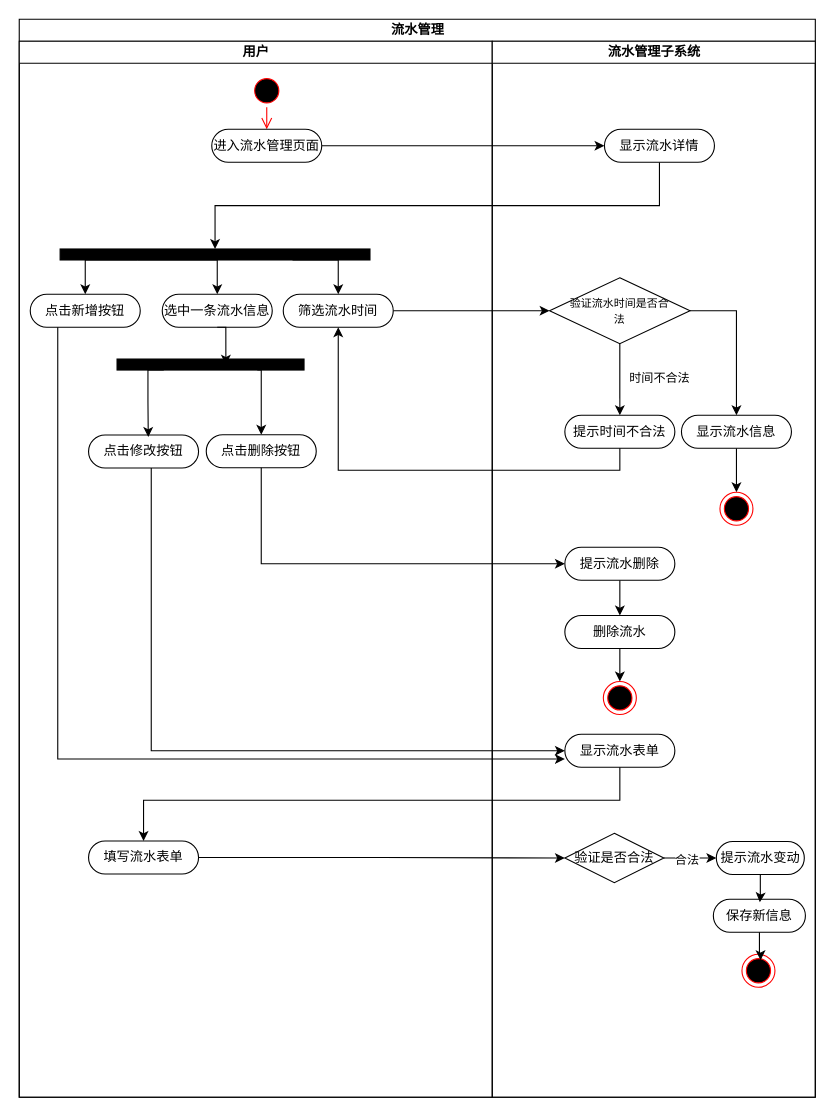
Above: 通知管理活动图.drawio in PomeloLemon/SoftwareDiagrams (draw.io), before the change. Source tidied: cells renumbered, new cells numbered last; positions are measured from the earlier drawing's top-left corner, leaving out a move shared by most shapes. Both pictures are drawn from the tidied source at 110%, with x=0, y=0 at pixel (19, 19).
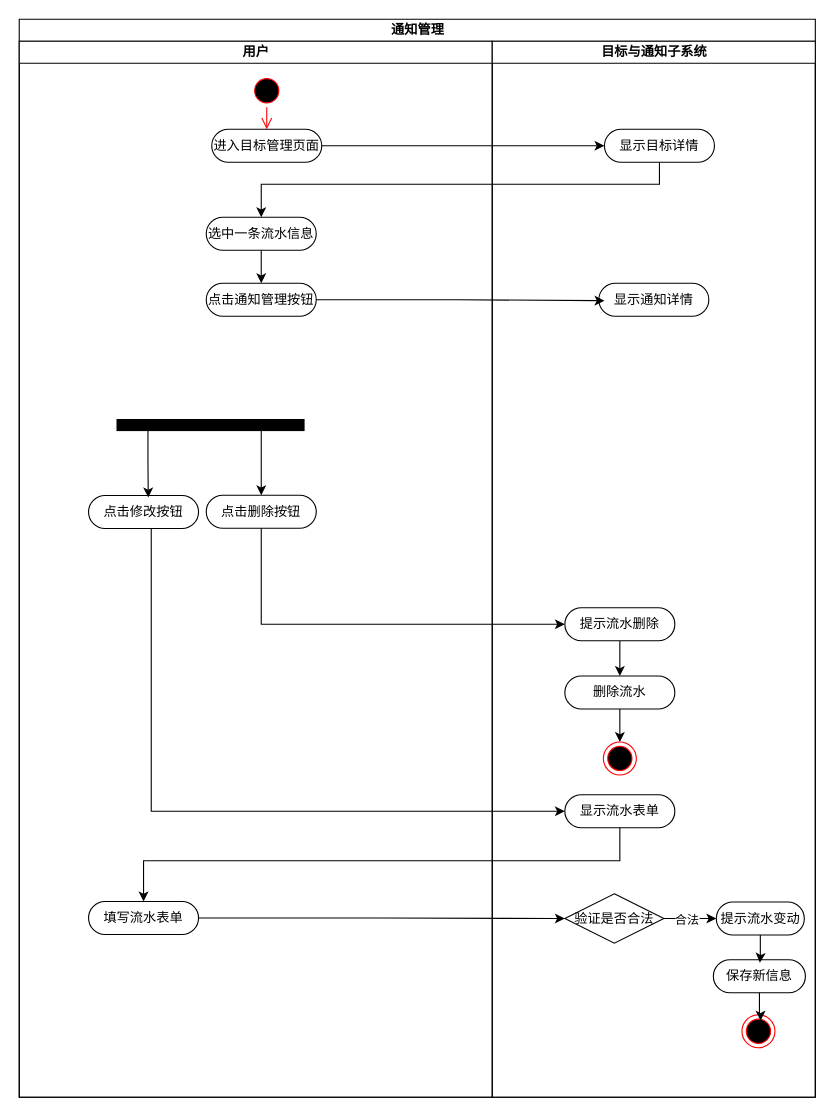
The same diagram, later.

Commit message (it also covers changes not shown here):
更新通知管理活动图.drawio

The change refers to these unchanged cells:
```xml
<mxCell id="6" value="用户" style="swimlane;startSize=20;html=1;" parent="2" vertex="1">
  <mxGeometry y="20" width="430" height="960" as="geometry" />
</mxCell>
```

What changed in the source:
```diff
@@
-    <mxCell id="2" value="流水管理" style="swimlane;startSize=20;html=1;" parent="1" vertex="1">
+    <mxCell id="2" value="通知管理" style="swimlane;startSize=20;html=1;" parent="1" vertex="1">
       <mxGeometry width="723.7" height="980" as="geometry" />
     </mxCell>
@@
-    <mxCell id="4" style="edgeStyle=orthogonalEdgeStyle;rounded=0;jettySize=auto;html=1;exitX=0.5;exitY=1;exitDx=0;exitDy=0;entryX=0.5;entryY=1;entryDx=0;entryDy=0;" parent="2" edge="1" source="25" target="13">
-      <mxGeometry relative="1" as="geometry" />
-    </mxCell>
-    <mxCell id="5" style="edgeStyle=orthogonalEdgeStyle;rounded=0;jettySize=auto;html=1;entryX=0;entryY=0.5;entryDx=0;entryDy=0;" parent="2" edge="1" source="14" target="28">
-      <mxGeometry relative="1" as="geometry" />
-    </mxCell>
@@
-    <mxCell id="9" value="进入流水管理页面" style="rounded=1;whiteSpace=wrap;html=1;shadow=0;comic=0;labelBackgroundColor=none;strokeWidth=1;fontFamily=Verdana;fontSize=12;align=center;arcSize=50;" parent="6" vertex="1">
+    <mxCell id="9" value="进入目标管理页面" style="rounded=1;whiteSpace=wrap;html=1;shadow=0;comic=0;labelBackgroundColor=none;strokeWidth=1;fontFamily=Verdana;fontSize=12;align=center;arcSize=50;" parent="6" vertex="1">
       <mxGeometry x="175" y="80" width="100" height="30" as="geometry" />
     </mxCell>
-    <mxCell id="10" style="edgeStyle=orthogonalEdgeStyle;rounded=0;jettySize=auto;html=1;exitX=0.25;exitY=0;exitDx=0;exitDy=0;entryX=0.5;entryY=0;entryDx=0;entryDy=0;" parent="6" edge="1" source="13" target="14">
-      <mxGeometry relative="1" as="geometry">
-        <Array as="points">
-          <mxPoint x="290" y="199" />
-        </Array>
-      </mxGeometry>
-    </mxCell>
-    <mxCell id="11" style="edgeStyle=orthogonalEdgeStyle;rounded=0;jettySize=auto;html=1;exitX=0.75;exitY=0;exitDx=0;exitDy=0;entryX=0.5;entryY=0;entryDx=0;entryDy=0;" parent="6" edge="1" source="13" target="15">
-      <mxGeometry relative="1" as="geometry">
-        <Array as="points">
-          <mxPoint x="180" y="199" />
-        </Array>
-      </mxGeometry>
-    </mxCell>
-    <mxCell id="12" style="edgeStyle=orthogonalEdgeStyle;rounded=0;jettySize=auto;html=1;exitX=0.75;exitY=0;exitDx=0;exitDy=0;entryX=0.5;entryY=0;entryDx=0;entryDy=0;" parent="6" edge="1" source="13" target="22">
-      <mxGeometry relative="1" as="geometry">
-        <Array as="points">
-          <mxPoint x="60" y="199" />
-        </Array>
-      </mxGeometry>
-    </mxCell>
-    <mxCell id="13" style="whiteSpace=wrap;html=1;rounded=0;shadow=0;comic=0;labelBackgroundColor=none;strokeWidth=1;fillColor=#000000;fontFamily=Verdana;fontSize=12;align=center;rotation=90;direction=south;" parent="6" vertex="1">
-      <mxGeometry x="173" y="53" width="10" height="281.7" as="geometry" />
-    </mxCell>
-    <mxCell id="14" value="筛选流水时间" style="rounded=1;whiteSpace=wrap;html=1;shadow=0;comic=0;labelBackgroundColor=none;strokeWidth=1;fontFamily=Verdana;fontSize=12;align=center;arcSize=50;" parent="6" vertex="1">
-      <mxGeometry x="240" y="230" width="100" height="30" as="geometry" />
-    </mxCell>
+    <mxCell id="54" style="edgeStyle=orthogonalEdgeStyle;rounded=0;jettySize=auto;html=1;exitX=0.5;exitY=1;exitDx=0;exitDy=0;entryX=0.5;entryY=0;entryDx=0;entryDy=0;" parent="6" edge="1" source="15" target="22">
+      <mxGeometry relative="1" as="geometry" />
+    </mxCell>
     <mxCell id="15" value="选中一条流水信息" style="rounded=1;whiteSpace=wrap;html=1;shadow=0;comic=0;labelBackgroundColor=none;strokeWidth=1;fontFamily=Verdana;fontSize=12;align=center;arcSize=50;" parent="6" vertex="1">
-      <mxGeometry x="130" y="230" width="100" height="30" as="geometry" />
+      <mxGeometry x="170" y="160" width="100" height="30" as="geometry" />
     </mxCell>
     <mxCell id="16" style="edgeStyle=orthogonalEdgeStyle;rounded=0;jettySize=auto;html=1;exitX=0.25;exitY=0;exitDx=0;exitDy=0;entryX=0.5;entryY=0;entryDx=0;entryDy=0;" parent="6" edge="1" source="17" target="19">
       <mxGeometry relative="1" as="geometry">
         <Array as="points">
-          <mxPoint x="220" y="299" />
+          <mxPoint x="220" y="354" />
         </Array>
       </mxGeometry>
     </mxCell>
     <mxCell id="17" style="whiteSpace=wrap;html=1;rounded=0;shadow=0;comic=0;labelBackgroundColor=none;strokeWidth=1;fillColor=#000000;fontFamily=Verdana;fontSize=12;align=center;rotation=90;direction=south;" parent="6" vertex="1">
-      <mxGeometry x="168.9" y="208.9" width="10" height="170" as="geometry" />
+      <mxGeometry x="168.9" y="263.9" width="10" height="170" as="geometry" />
     </mxCell>
-    <mxCell id="18" style="edgeStyle=orthogonalEdgeStyle;rounded=0;jettySize=auto;html=1;exitX=0.5;exitY=1;exitDx=0;exitDy=0;entryX=0.418;entryY=0.481;entryDx=0;entryDy=0;entryPerimeter=0;" parent="6" edge="1" source="15" target="17">
-      <mxGeometry relative="1" as="geometry" />
-    </mxCell>
     <mxCell id="19" value="点击删除按钮" style="rounded=1;whiteSpace=wrap;html=1;shadow=0;comic=0;labelBackgroundColor=none;strokeWidth=1;fontFamily=Verdana;fontSize=12;align=center;arcSize=50;" parent="6" vertex="1">
-      <mxGeometry x="170" y="357.7" width="100" height="30" as="geometry" />
+      <mxGeometry x="170" y="412.7" width="100" height="30" as="geometry" />
     </mxCell>
     <mxCell id="20" value="点击修改按钮" style="rounded=1;whiteSpace=wrap;html=1;shadow=0;comic=0;labelBackgroundColor=none;strokeWidth=1;fontFamily=Verdana;fontSize=12;align=center;arcSize=50;" parent="6" vertex="1">
-      <mxGeometry x="63" y="358" width="100" height="30" as="geometry" />
+      <mxGeometry x="63" y="413" width="100" height="30" as="geometry" />
     </mxCell>
     <mxCell id="21" value="填写流水表单" style="rounded=1;whiteSpace=wrap;html=1;shadow=0;comic=0;labelBackgroundColor=none;strokeWidth=1;fontFamily=Verdana;fontSize=12;align=center;arcSize=50;" parent="6" vertex="1">
-      <mxGeometry x="63" y="727" width="100" height="30" as="geometry" />
+      <mxGeometry x="63" y="782" width="100" height="30" as="geometry" />
     </mxCell>
-    <mxCell id="22" value="点击新增按钮" style="rounded=1;whiteSpace=wrap;html=1;shadow=0;comic=0;labelBackgroundColor=none;strokeWidth=1;fontFamily=Verdana;fontSize=12;align=center;arcSize=50;" parent="6" vertex="1">
-      <mxGeometry x="10" y="230" width="100" height="30" as="geometry" />
+    <mxCell id="22" value="点击通知管理按钮" style="rounded=1;whiteSpace=wrap;html=1;shadow=0;comic=0;labelBackgroundColor=none;strokeWidth=1;fontFamily=Verdana;fontSize=12;align=center;arcSize=50;" parent="6" vertex="1">
+      <mxGeometry x="170" y="220" width="100" height="30" as="geometry" />
     </mxCell>
     <mxCell id="23" style="edgeStyle=orthogonalEdgeStyle;rounded=0;jettySize=auto;html=1;exitX=0.75;exitY=0;exitDx=0;exitDy=0;entryX=0.543;entryY=0.056;entryDx=0;entryDy=0;entryPerimeter=0;" parent="6" edge="1" source="17" target="20">
       <mxGeometry relative="1" as="geometry">
         <Array as="points">
-          <mxPoint x="117" y="299" />
-          <mxPoint x="117" y="328" />
-          <mxPoint x="117" y="328" />
+          <mxPoint x="117" y="354" />
+          <mxPoint x="117" y="383" />
+          <mxPoint x="117" y="383" />
         </Array>
       </mxGeometry>
     </mxCell>
-    <mxCell id="24" value="流水管理子系统" style="swimlane;startSize=20;html=1;" parent="2" vertex="1">
+    <mxCell id="24" value="目标与通知子系统" style="swimlane;startSize=20;html=1;" parent="2" vertex="1">
       <mxGeometry x="430" y="20" width="293.7" height="960" as="geometry" />
     </mxCell>
-    <mxCell id="25" value="显示流水详情" style="rounded=1;whiteSpace=wrap;html=1;shadow=0;comic=0;labelBackgroundColor=none;strokeWidth=1;fontFamily=Verdana;fontSize=12;align=center;arcSize=50;" parent="24" vertex="1">
+    <mxCell id="25" value="显示目标详情" style="rounded=1;whiteSpace=wrap;html=1;shadow=0;comic=0;labelBackgroundColor=none;strokeWidth=1;fontFamily=Verdana;fontSize=12;align=center;arcSize=50;" parent="24" vertex="1">
       <mxGeometry x="102" y="80" width="100" height="30" as="geometry" />
     </mxCell>
-    <mxCell id="26" style="edgeStyle=orthogonalEdgeStyle;rounded=0;jettySize=auto;html=1;exitX=1;exitY=0.5;exitDx=0;exitDy=0;entryX=0.5;entryY=0;entryDx=0;entryDy=0;" parent="24" edge="1" source="28" target="30">
-      <mxGeometry relative="1" as="geometry" />
-    </mxCell>
-    <mxCell id="27" style="edgeStyle=orthogonalEdgeStyle;rounded=0;jettySize=auto;html=1;exitX=0.5;exitY=1;exitDx=0;exitDy=0;entryX=0.5;entryY=0;entryDx=0;entryDy=0;" parent="24" edge="1" source="28" target="32">
-      <mxGeometry relative="1" as="geometry" />
-    </mxCell>
-    <mxCell id="28" value="&lt;font style=&quot;font-size: 10px;&quot;&gt;验证流水时间是否合&lt;br&gt;法&lt;/font&gt;" style="rhombus;whiteSpace=wrap;html=1;" parent="24" vertex="1">
-      <mxGeometry x="52.1" y="215" width="127.7" height="60" as="geometry" />
-    </mxCell>
-    <mxCell id="29" style="edgeStyle=orthogonalEdgeStyle;rounded=0;jettySize=auto;html=1;" parent="24" edge="1" source="30" target="31">
-      <mxGeometry relative="1" as="geometry" />
-    </mxCell>
-    <mxCell id="30" value="显示流水信息" style="rounded=1;whiteSpace=wrap;html=1;shadow=0;comic=0;labelBackgroundColor=none;strokeWidth=1;fontFamily=Verdana;fontSize=12;align=center;arcSize=50;" parent="24" vertex="1">
-      <mxGeometry x="172" y="340" width="100" height="30" as="geometry" />
-    </mxCell>
-    <mxCell id="31" style="ellipse;html=1;shape=endState;fillColor=#000000;strokeColor=#ff0000;" parent="24" vertex="1">
-      <mxGeometry x="207" y="410" width="30" height="30" as="geometry" />
-    </mxCell>
-    <mxCell id="32" value="提示时间不合法" style="rounded=1;whiteSpace=wrap;html=1;shadow=0;comic=0;labelBackgroundColor=none;strokeWidth=1;fontFamily=Verdana;fontSize=12;align=center;arcSize=50;" parent="24" vertex="1">
-      <mxGeometry x="66" y="340" width="100" height="30" as="geometry" />
-    </mxCell>
-    <mxCell id="33" value="时间不合法" style="edgeLabel;html=1;align=center;verticalAlign=middle;" parent="24" vertex="1">
-      <mxGeometry x="102" y="310" as="geometry">
-        <mxPoint x="49" y="-5" as="offset" />
-      </mxGeometry>
-    </mxCell>
@@
     <mxCell id="35" value="提示流水删除" style="rounded=1;whiteSpace=wrap;html=1;shadow=0;comic=0;labelBackgroundColor=none;strokeWidth=1;fontFamily=Verdana;fontSize=12;align=center;arcSize=50;" parent="24" vertex="1">
-      <mxGeometry x="66" y="460" width="100" height="30" as="geometry" />
+      <mxGeometry x="66" y="515" width="100" height="30" as="geometry" />
     </mxCell>
@@
     <mxCell id="37" value="删除流水" style="rounded=1;whiteSpace=wrap;html=1;shadow=0;comic=0;labelBackgroundColor=none;strokeWidth=1;fontFamily=Verdana;fontSize=12;align=center;arcSize=50;" parent="24" vertex="1">
-      <mxGeometry x="66" y="522" width="100" height="30" as="geometry" />
+      <mxGeometry x="66" y="577" width="100" height="30" as="geometry" />
     </mxCell>
     <mxCell id="38" style="ellipse;html=1;shape=endState;fillColor=#000000;strokeColor=#ff0000;" parent="24" vertex="1">
-      <mxGeometry x="101" y="582" width="30" height="30" as="geometry" />
+      <mxGeometry x="101" y="637" width="30" height="30" as="geometry" />
     </mxCell>
     <mxCell id="39" value="显示流水表单" style="rounded=1;whiteSpace=wrap;html=1;shadow=0;comic=0;labelBackgroundColor=none;strokeWidth=1;fontFamily=Verdana;fontSize=12;align=center;arcSize=50;" parent="24" vertex="1">
-      <mxGeometry x="66" y="630" width="100" height="30" as="geometry" />
+      <mxGeometry x="66" y="685" width="100" height="30" as="geometry" />
     </mxCell>
     <mxCell id="40" value="验证是否合法" style="rhombus;whiteSpace=wrap;html=1;" parent="24" vertex="1">
-      <mxGeometry x="66" y="720" width="90" height="45" as="geometry" />
+      <mxGeometry x="66" y="775" width="90" height="45" as="geometry" />
     </mxCell>
     <mxCell id="41" value="提示流水变动" style="rounded=1;whiteSpace=wrap;html=1;shadow=0;comic=0;labelBackgroundColor=none;strokeWidth=1;fontFamily=Verdana;fontSize=12;align=center;arcSize=50;" parent="24" vertex="1">
-      <mxGeometry x="203.7" y="727.5" width="80" height="30" as="geometry" />
+      <mxGeometry x="203.7" y="782.5" width="80" height="30" as="geometry" />
     </mxCell>
@@
     <mxCell id="44" value="保存新信息" style="rounded=1;whiteSpace=wrap;html=1;shadow=0;comic=0;labelBackgroundColor=none;strokeWidth=1;fontFamily=Verdana;fontSize=12;align=center;arcSize=50;" parent="24" vertex="1">
-      <mxGeometry x="201" y="780" width="83.7" height="30" as="geometry" />
+      <mxGeometry x="201" y="835" width="83.7" height="30" as="geometry" />
     </mxCell>
@@
     <mxCell id="46" style="ellipse;html=1;shape=endState;fillColor=#000000;strokeColor=#ff0000;" parent="24" vertex="1">
-      <mxGeometry x="227" y="830" width="30" height="30" as="geometry" />
+      <mxGeometry x="227" y="885" width="30" height="30" as="geometry" />
     </mxCell>
@@
-    <mxCell id="48" style="edgeStyle=orthogonalEdgeStyle;rounded=0;jettySize=auto;html=1;exitX=0.5;exitY=1;exitDx=0;exitDy=0;entryX=0.5;entryY=1;entryDx=0;entryDy=0;" parent="2" edge="1" source="32" target="14">
-      <mxGeometry relative="1" as="geometry" />
-    </mxCell>
+    <mxCell id="55" value="显示通知详情" style="rounded=1;whiteSpace=wrap;html=1;shadow=0;comic=0;labelBackgroundColor=none;strokeWidth=1;fontFamily=Verdana;fontSize=12;align=center;arcSize=50;" parent="24" vertex="1">
+      <mxGeometry x="96.9" y="220" width="100" height="30" as="geometry" />
+    </mxCell>
@@
     <mxCell id="50" style="edgeStyle=orthogonalEdgeStyle;rounded=0;jettySize=auto;html=1;entryX=0.5;entryY=0;entryDx=0;entryDy=0;" parent="2" edge="1" source="39" target="21">
       <mxGeometry relative="1" as="geometry">
         <Array as="points">
-          <mxPoint x="546" y="710" />
-          <mxPoint x="113" y="710" />
+          <mxPoint x="546" y="765" />
+          <mxPoint x="113" y="765" />
         </Array>
       </mxGeometry>
     </mxCell>
@@
     <mxCell id="52" style="edgeStyle=orthogonalEdgeStyle;rounded=0;jettySize=auto;html=1;entryX=0;entryY=0.5;entryDx=0;entryDy=0;" parent="2" edge="1" source="20" target="39">
       <mxGeometry relative="1" as="geometry">
         <Array as="points">
-          <mxPoint x="120" y="665" />
+          <mxPoint x="120" y="720" />
         </Array>
       </mxGeometry>
     </mxCell>
-    <mxCell id="53" style="edgeStyle=orthogonalEdgeStyle;rounded=0;jettySize=auto;html=1;exitX=0.25;exitY=1;exitDx=0;exitDy=0;entryX=0;entryY=0.75;entryDx=0;entryDy=0;" parent="2" edge="1" source="22" target="39">
-      <mxGeometry relative="1" as="geometry" />
-    </mxCell>
+    <mxCell id="56" style="edgeStyle=orthogonalEdgeStyle;rounded=0;jettySize=auto;html=1;entryX=0.5;entryY=0;entryDx=0;entryDy=0;" parent="2" edge="1" source="25" target="15">
+      <mxGeometry relative="1" as="geometry">
+        <Array as="points">
+          <mxPoint x="582" y="150" />
+          <mxPoint x="220" y="150" />
+        </Array>
+      </mxGeometry>
+    </mxCell>
+    <mxCell id="57" style="edgeStyle=orthogonalEdgeStyle;rounded=0;jettySize=auto;html=1;entryX=0.051;entryY=0.528;entryDx=0;entryDy=0;entryPerimeter=0;" parent="2" edge="1" source="22" target="55">
+      <mxGeometry relative="1" as="geometry" />
+    </mxCell>
```
